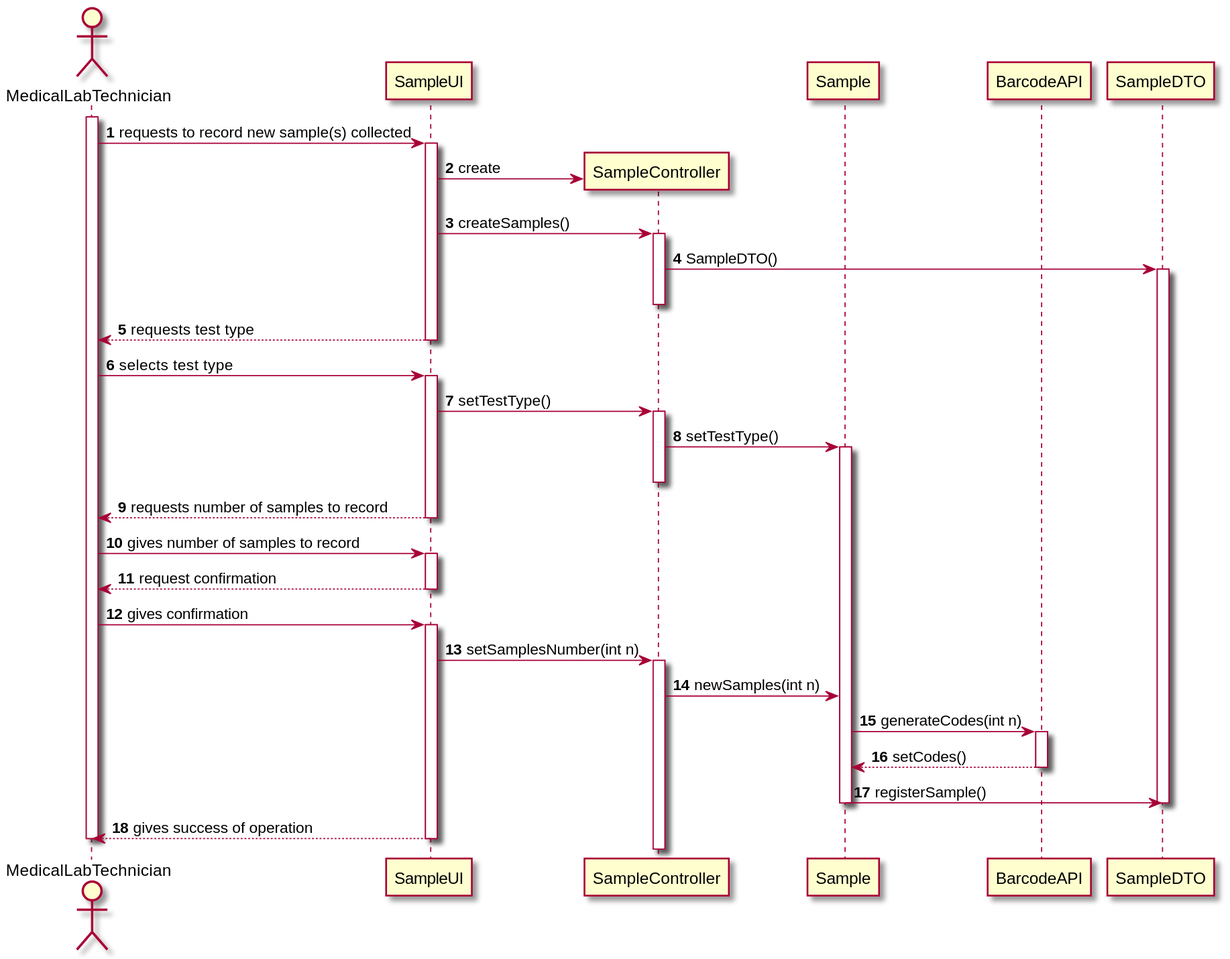
Earlier version of the PlantUML export docs/SprintC/US5/US5_SD.svg (MadDinosaur/ISEP-LAPR2). The source it was exported from:
```plantuml
@startuml

autonumber

actor MedicalLabTechnician as mlt
participant SampleUI as UI
participant SampleController as Controller
participant Sample
participant BarcodeAPI as API
participant SampleDTO as DTO

activate mlt
mlt -> UI: requests to record new sample(s) collected
activate UI
create Controller
UI -> Controller : create
UI -> Controller : createSamples()
activate Controller
Controller -> DTO : SampleDTO()
activate DTO
deactivate Controller
UI --> mlt: requests test type
deactivate UI
mlt -> UI: selects test type
activate UI
UI -> Controller: setTestType()
activate Controller
Controller -> Sample : setTestType()
activate Sample
deactivate Controller
UI --> mlt: requests number of samples to record
deactivate UI
mlt -> UI: gives number of samples to record
activate UI
UI --> mlt: request confirmation
deactivate UI
mlt -> UI: gives confirmation
activate UI
UI -> Controller : setSamplesNumber(int n)
activate Controller
Controller -> Sample : newSamples(int n)
Sample -> API : generateCodes(int n)
activate API
API --> Sample : setCodes()
deactivate API
Sample -> DTO : registerSample()
deactivate DTO
deactivate Sample
UI --> mlt: gives success of operation
deactivate UI
deactivate mlt

@enduml
```
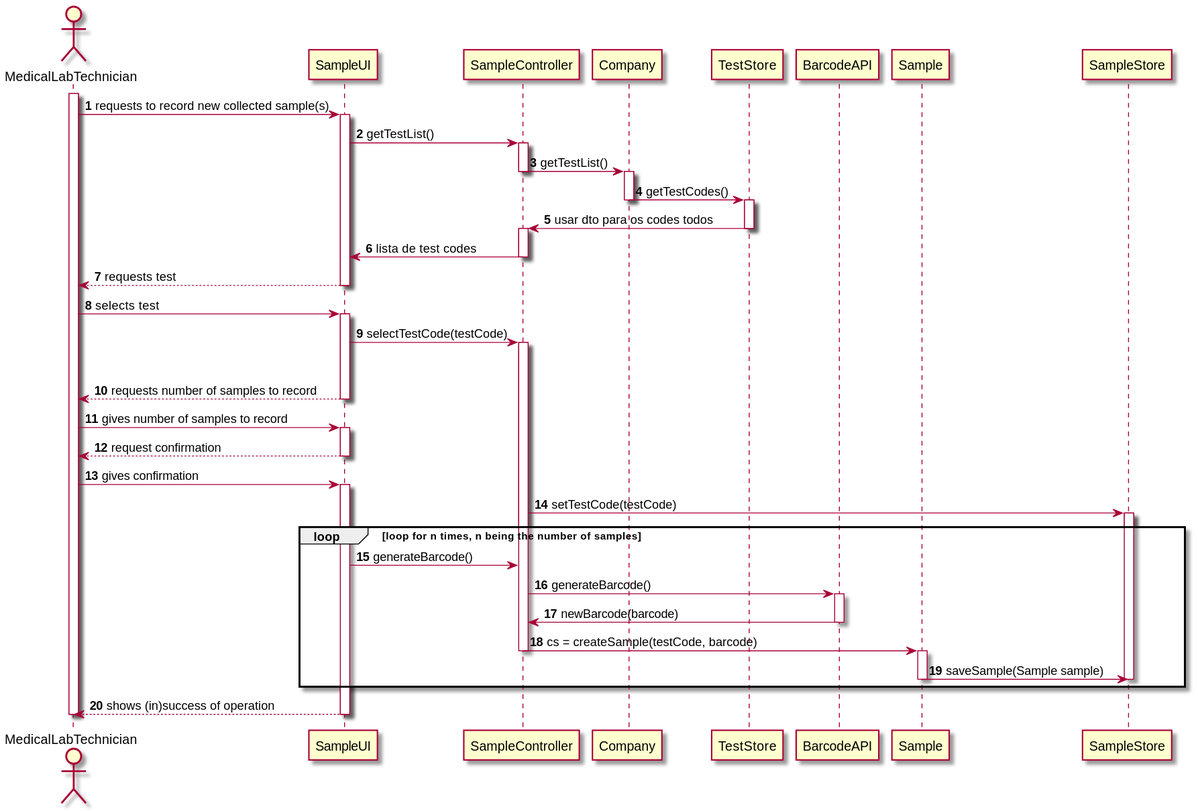
The same diagram one commit later.

Change to the diagram source:
```diff
@@ -5,48 +5,65 @@
 actor MedicalLabTechnician as mlt
 participant SampleUI as UI
 participant SampleController as Controller
+participant Company
+participant TestStore
+participant BarcodeAPI as API
 participant Sample
-participant BarcodeAPI as API
-participant SampleDTO as DTO
+participant SampleStore
 
 activate mlt
-mlt -> UI: requests to record new sample(s) collected
+mlt -> UI: requests to record new collected sample(s)
 activate UI
-create Controller
-UI -> Controller : create
-UI -> Controller : createSamples()
+UI -> Controller: getTestList()
 activate Controller
-Controller -> DTO : SampleDTO()
-activate DTO
+Controller -> Company: getTestList()
 deactivate Controller
-UI --> mlt: requests test type
+activate Company
+Company -> TestStore: getTestCodes()
+deactivate Company
+activate TestStore
+TestStore -> Controller: usar dto para os codes todos
+deactivate TestStore
+activate Controller
+Controller -> UI: lista de test codes
+deactivate Controller
+UI --> mlt: requests test
 deactivate UI
-mlt -> UI: selects test type
+
+mlt -> UI: selects test
 activate UI
-UI -> Controller: setTestType()
+UI -> Controller: selectTestCode(testCode)
 activate Controller
-Controller -> Sample : setTestType()
-activate Sample
-deactivate Controller
+
+deactivate Company
+
 UI --> mlt: requests number of samples to record
 deactivate UI
+
 mlt -> UI: gives number of samples to record
 activate UI
 UI --> mlt: request confirmation
 deactivate UI
 mlt -> UI: gives confirmation
 activate UI
-UI -> Controller : setSamplesNumber(int n)
-activate Controller
-Controller -> Sample : newSamples(int n)
-Sample -> API : generateCodes(int n)
+
+Controller -> SampleStore: setTestCode(testCode)
+activate SampleStore
+loop loop for n times, n being the number of samples
+UI -> Controller: generateBarcode()
+Controller -> API: generateBarcode()
 activate API
-API --> Sample : setCodes()
+API -> Controller: newBarcode(barcode)
 deactivate API
-Sample -> DTO : registerSample()
-deactivate DTO
+Controller -> Sample: cs = createSample(testCode, barcode)
+deactivate Controller
+activate Sample
+Sample -> SampleStore: saveSample(Sample sample)
 deactivate Sample
-UI --> mlt: gives success of operation
+deactivate SampleStore
+end loop
+
+UI --> mlt: shows (in)success of operation
 deactivate UI
 deactivate mlt
 
```
